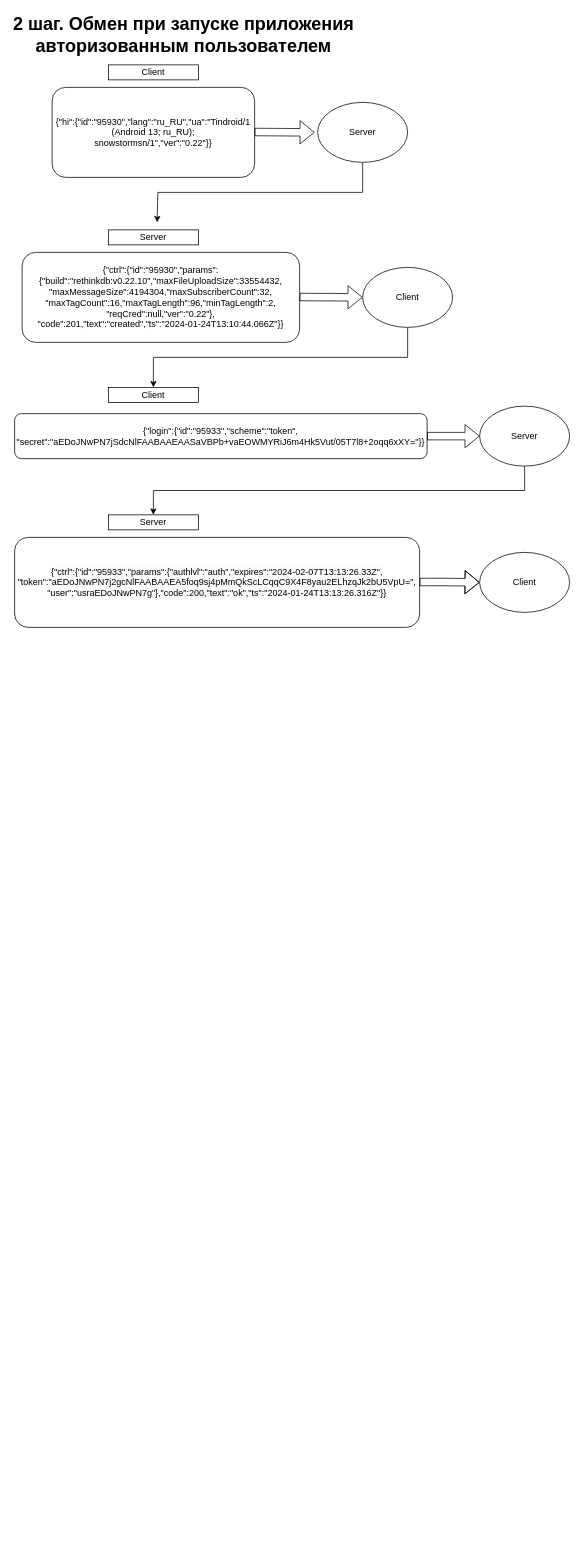
Above: Диаграмма без названия.drawio in trox0ne/diograms (draw.io), before the change. Source tidied: cells renumbered, new cells numbered last; positions are measured from the earlier drawing's top-left corner, leaving out a move shared by most shapes. Both pictures are drawn from the tidied source at 75%, with x=0, y=0 at pixel (14, 20).
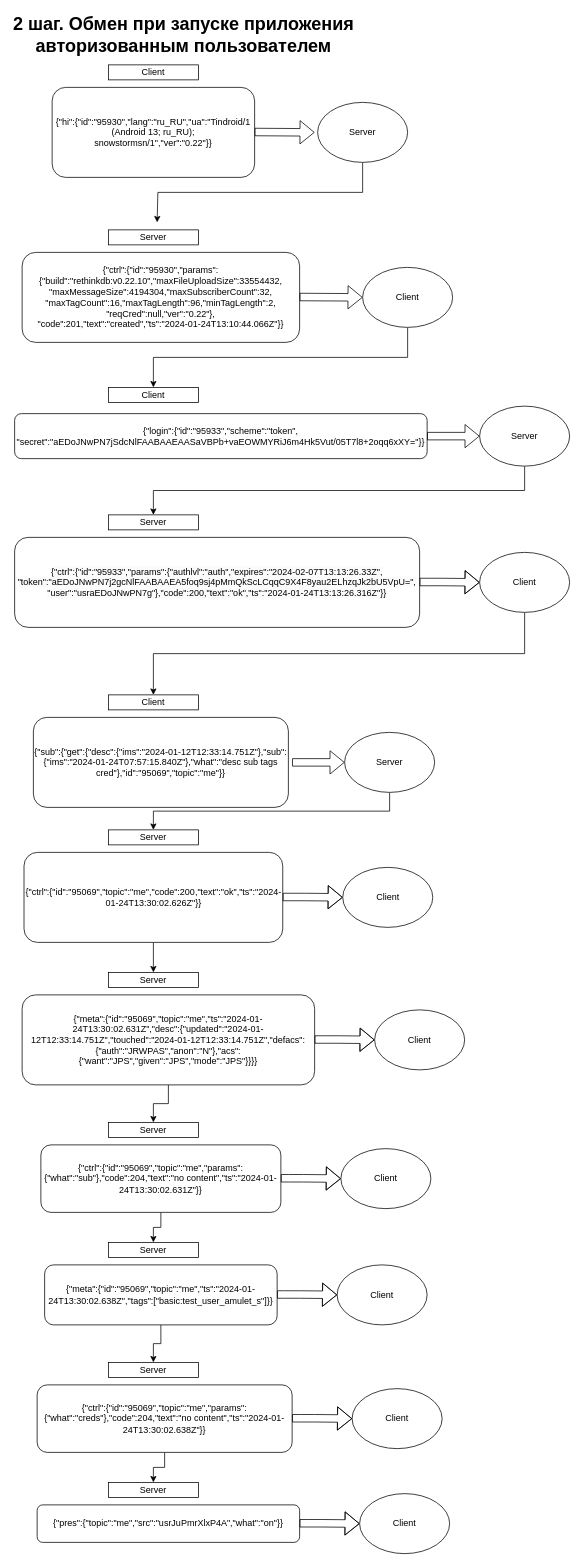
The same diagram, later.

Commit message:
Актуализировал диаграмму входа авторизованного пользователя

Unchanged cells that the change refers to:
```xml
<mxCell id="22" value="Client" style="ellipse;whiteSpace=wrap;html=1;" parent="1" vertex="1">
  <mxGeometry x="620" y="710" width="120" height="80" as="geometry" />
</mxCell>
```

The edit, as a diff of the source:
```diff
@@
+    <mxCell id="23" style="edgeStyle=orthogonalEdgeStyle;rounded=0;jettySize=auto;html=1;exitX=0.5;exitY=1;exitDx=0;exitDy=0;entryX=0.5;entryY=0;entryDx=0;entryDy=0;" parent="1" edge="1" source="22" target="36">
+      <mxGeometry relative="1" as="geometry" />
+    </mxCell>
@@
+    <mxCell id="24" value="{&quot;sub&quot;:{&quot;get&quot;:{&quot;desc&quot;:{&quot;ims&quot;:&quot;2024-01-12T12:33:14.751Z&quot;},&quot;sub&quot;:{&quot;ims&quot;:&quot;2024-01-24T07:57:15.840Z&quot;},&quot;what&quot;:&quot;desc sub tags cred&quot;},&quot;id&quot;:&quot;95069&quot;,&quot;topic&quot;:&quot;me&quot;}}" style="rounded=1;whiteSpace=wrap;html=1;" parent="1" vertex="1">
+      <mxGeometry x="25" y="930" width="340" height="120" as="geometry" />
+    </mxCell>
+    <mxCell id="25" style="edgeStyle=orthogonalEdgeStyle;rounded=0;jettySize=auto;html=1;exitX=0.5;exitY=1;exitDx=0;exitDy=0;entryX=0.5;entryY=0;entryDx=0;entryDy=0;" parent="1" edge="1" source="26" target="41">
+      <mxGeometry relative="1" as="geometry" />
+    </mxCell>
+    <mxCell id="26" value="{&quot;ctrl&quot;:{&quot;id&quot;:&quot;95069&quot;,&quot;topic&quot;:&quot;me&quot;,&quot;code&quot;:200,&quot;text&quot;:&quot;ok&quot;,&quot;ts&quot;:&quot;2024-01-24T13:30:02.626Z&quot;}}" style="rounded=1;whiteSpace=wrap;html=1;" parent="1" vertex="1">
+      <mxGeometry x="12.5" y="1110" width="345" height="120" as="geometry" />
+    </mxCell>
+    <mxCell id="27" style="edgeStyle=orthogonalEdgeStyle;rounded=0;jettySize=auto;html=1;exitX=0.5;exitY=1;exitDx=0;exitDy=0;entryX=0.5;entryY=0;entryDx=0;entryDy=0;" parent="1" edge="1" source="28" target="42">
+      <mxGeometry relative="1" as="geometry" />
+    </mxCell>
+    <mxCell id="28" value="{&quot;meta&quot;:{&quot;id&quot;:&quot;95069&quot;,&quot;topic&quot;:&quot;me&quot;,&quot;ts&quot;:&quot;2024-01-24T13:30:02.631Z&quot;,&quot;desc&quot;:{&quot;updated&quot;:&quot;2024-01-12T12:33:14.751Z&quot;,&quot;touched&quot;:&quot;2024-01-12T12:33:14.751Z&quot;,&quot;defacs&quot;:{&quot;auth&quot;:&quot;JRWPAS&quot;,&quot;anon&quot;:&quot;N&quot;},&quot;acs&quot;:{&quot;want&quot;:&quot;JPS&quot;,&quot;given&quot;:&quot;JPS&quot;,&quot;mode&quot;:&quot;JPS&quot;}}}}" style="rounded=1;whiteSpace=wrap;html=1;" parent="1" vertex="1">
+      <mxGeometry x="10" y="1300" width="390" height="120" as="geometry" />
+    </mxCell>
+    <mxCell id="29" style="edgeStyle=orthogonalEdgeStyle;rounded=0;jettySize=auto;html=1;exitX=0.5;exitY=1;exitDx=0;exitDy=0;entryX=0.5;entryY=0;entryDx=0;entryDy=0;" parent="1" edge="1" source="30" target="43">
+      <mxGeometry relative="1" as="geometry" />
+    </mxCell>
+    <mxCell id="30" value="{&quot;ctrl&quot;:{&quot;id&quot;:&quot;95069&quot;,&quot;topic&quot;:&quot;me&quot;,&quot;params&quot;:{&quot;what&quot;:&quot;sub&quot;},&quot;code&quot;:204,&quot;text&quot;:&quot;no content&quot;,&quot;ts&quot;:&quot;2024-01-24T13:30:02.631Z&quot;}}" style="rounded=1;whiteSpace=wrap;html=1;" parent="1" vertex="1">
+      <mxGeometry x="35" y="1500" width="320" height="90" as="geometry" />
+    </mxCell>
+    <mxCell id="31" style="edgeStyle=orthogonalEdgeStyle;rounded=0;jettySize=auto;html=1;exitX=0.5;exitY=1;exitDx=0;exitDy=0;entryX=0.5;entryY=0;entryDx=0;entryDy=0;" parent="1" edge="1" source="32" target="44">
+      <mxGeometry relative="1" as="geometry" />
+    </mxCell>
+    <mxCell id="32" value="{&quot;meta&quot;:{&quot;id&quot;:&quot;95069&quot;,&quot;topic&quot;:&quot;me&quot;,&quot;ts&quot;:&quot;2024-01-24T13:30:02.638Z&quot;,&quot;tags&quot;:[&quot;basic:test_user_amulet_s&quot;]}}" style="rounded=1;whiteSpace=wrap;html=1;" parent="1" vertex="1">
+      <mxGeometry x="40" y="1660" width="310" height="80" as="geometry" />
+    </mxCell>
+    <mxCell id="33" style="edgeStyle=orthogonalEdgeStyle;rounded=0;jettySize=auto;html=1;exitX=0.5;exitY=1;exitDx=0;exitDy=0;entryX=0.5;entryY=0;entryDx=0;entryDy=0;" parent="1" edge="1" source="34" target="45">
+      <mxGeometry relative="1" as="geometry" />
+    </mxCell>
+    <mxCell id="34" value="{&quot;ctrl&quot;:{&quot;id&quot;:&quot;95069&quot;,&quot;topic&quot;:&quot;me&quot;,&quot;params&quot;:{&quot;what&quot;:&quot;creds&quot;},&quot;code&quot;:204,&quot;text&quot;:&quot;no content&quot;,&quot;ts&quot;:&quot;2024-01-24T13:30:02.638Z&quot;}}" style="rounded=1;whiteSpace=wrap;html=1;" parent="1" vertex="1">
+      <mxGeometry x="30" y="1820" width="340" height="90" as="geometry" />
+    </mxCell>
+    <mxCell id="35" value="{&quot;pres&quot;:{&quot;topic&quot;:&quot;me&quot;,&quot;src&quot;:&quot;usrJuPmrXlxP4A&quot;,&quot;what&quot;:&quot;on&quot;}}" style="rounded=1;whiteSpace=wrap;html=1;" parent="1" vertex="1">
+      <mxGeometry x="30" y="1980" width="350" height="50" as="geometry" />
+    </mxCell>
+    <mxCell id="36" value="Client" style="rounded=0;whiteSpace=wrap;html=1;" parent="1" vertex="1">
+      <mxGeometry x="125" y="900" width="120" height="20" as="geometry" />
+    </mxCell>
+    <mxCell id="37" style="edgeStyle=orthogonalEdgeStyle;rounded=0;jettySize=auto;html=1;exitX=0.5;exitY=1;exitDx=0;exitDy=0;entryX=0.5;entryY=0;entryDx=0;entryDy=0;" parent="1" edge="1" source="38" target="40">
+      <mxGeometry relative="1" as="geometry" />
+    </mxCell>
+    <mxCell id="38" value="Server" style="ellipse;whiteSpace=wrap;html=1;" parent="1" vertex="1">
+      <mxGeometry x="440" y="950" width="120" height="80" as="geometry" />
+    </mxCell>
+    <mxCell id="39" style="shape=flexArrow;endArrow=classic;html=1;rounded=0;" parent="1" edge="1">
+      <mxGeometry relative="1" as="geometry">
+        <mxPoint x="370" y="990" as="sourcePoint" />
+        <mxPoint x="440" y="990" as="targetPoint" />
+      </mxGeometry>
+    </mxCell>
+    <mxCell id="40" value="Server" style="rounded=0;whiteSpace=wrap;html=1;" parent="1" vertex="1">
+      <mxGeometry x="125" y="1080" width="120" height="20" as="geometry" />
+    </mxCell>
+    <mxCell id="41" value="Server" style="rounded=0;whiteSpace=wrap;html=1;" parent="1" vertex="1">
+      <mxGeometry x="125" y="1270" width="120" height="20" as="geometry" />
+    </mxCell>
+    <mxCell id="42" value="Server" style="rounded=0;whiteSpace=wrap;html=1;" parent="1" vertex="1">
+      <mxGeometry x="125" y="1470" width="120" height="20" as="geometry" />
+    </mxCell>
+    <mxCell id="43" value="Server" style="rounded=0;whiteSpace=wrap;html=1;" parent="1" vertex="1">
+      <mxGeometry x="125" y="1630" width="120" height="20" as="geometry" />
+    </mxCell>
+    <mxCell id="44" value="Server" style="rounded=0;whiteSpace=wrap;html=1;" parent="1" vertex="1">
+      <mxGeometry x="125" y="1790" width="120" height="20" as="geometry" />
+    </mxCell>
+    <mxCell id="45" value="Server" style="rounded=0;whiteSpace=wrap;html=1;" parent="1" vertex="1">
+      <mxGeometry x="125" y="1950" width="120" height="20" as="geometry" />
+    </mxCell>
+    <mxCell id="46" style="shape=flexArrow;endArrow=classic;html=1;rounded=0;" parent="1" edge="1">
+      <mxGeometry relative="1" as="geometry">
+        <mxPoint x="357.5" y="1169.5" as="sourcePoint" />
+        <mxPoint x="437.5" y="1170" as="targetPoint" />
+        <Array as="points">
+          <mxPoint x="367.5" y="1169.5" />
+          <mxPoint x="387.5" y="1169.5" />
+        </Array>
+      </mxGeometry>
+    </mxCell>
+    <mxCell id="47" value="Client" style="ellipse;whiteSpace=wrap;html=1;" parent="1" vertex="1">
+      <mxGeometry x="437.5" y="1130" width="120" height="80" as="geometry" />
+    </mxCell>
+    <mxCell id="48" style="shape=flexArrow;endArrow=classic;html=1;rounded=0;" parent="1" edge="1">
+      <mxGeometry relative="1" as="geometry">
+        <mxPoint x="400" y="1359.5" as="sourcePoint" />
+        <mxPoint x="480" y="1360" as="targetPoint" />
+        <Array as="points">
+          <mxPoint x="410" y="1359.5" />
+          <mxPoint x="430" y="1359.5" />
+        </Array>
+      </mxGeometry>
+    </mxCell>
+    <mxCell id="49" value="Client" style="ellipse;whiteSpace=wrap;html=1;" parent="1" vertex="1">
+      <mxGeometry x="480" y="1320" width="120" height="80" as="geometry" />
+    </mxCell>
+    <mxCell id="50" style="shape=flexArrow;endArrow=classic;html=1;rounded=0;" parent="1" edge="1">
+      <mxGeometry relative="1" as="geometry">
+        <mxPoint x="355" y="1544.5" as="sourcePoint" />
+        <mxPoint x="435" y="1545" as="targetPoint" />
+        <Array as="points">
+          <mxPoint x="365" y="1544.5" />
+          <mxPoint x="385" y="1544.5" />
+        </Array>
+      </mxGeometry>
+    </mxCell>
+    <mxCell id="51" value="Client" style="ellipse;whiteSpace=wrap;html=1;" parent="1" vertex="1">
+      <mxGeometry x="435" y="1505" width="120" height="80" as="geometry" />
+    </mxCell>
+    <mxCell id="52" style="shape=flexArrow;endArrow=classic;html=1;rounded=0;" parent="1" edge="1">
+      <mxGeometry relative="1" as="geometry">
+        <mxPoint x="350" y="1699.5" as="sourcePoint" />
+        <mxPoint x="430" y="1700" as="targetPoint" />
+        <Array as="points">
+          <mxPoint x="360" y="1699.5" />
+          <mxPoint x="380" y="1699.5" />
+        </Array>
+      </mxGeometry>
+    </mxCell>
+    <mxCell id="53" value="Client" style="ellipse;whiteSpace=wrap;html=1;" parent="1" vertex="1">
+      <mxGeometry x="430" y="1660" width="120" height="80" as="geometry" />
+    </mxCell>
+    <mxCell id="54" style="shape=flexArrow;endArrow=classic;html=1;rounded=0;" parent="1" edge="1">
+      <mxGeometry relative="1" as="geometry">
+        <mxPoint x="370" y="1864.5" as="sourcePoint" />
+        <mxPoint x="450" y="1865" as="targetPoint" />
+        <Array as="points">
+          <mxPoint x="380" y="1864.5" />
+          <mxPoint x="400" y="1864.5" />
+        </Array>
+      </mxGeometry>
+    </mxCell>
+    <mxCell id="55" value="Client" style="ellipse;whiteSpace=wrap;html=1;" parent="1" vertex="1">
+      <mxGeometry x="450" y="1825" width="120" height="80" as="geometry" />
+    </mxCell>
+    <mxCell id="56" style="shape=flexArrow;endArrow=classic;html=1;rounded=0;" parent="1" edge="1">
+      <mxGeometry relative="1" as="geometry">
+        <mxPoint x="380" y="2004.5" as="sourcePoint" />
+        <mxPoint x="460" y="2005" as="targetPoint" />
+        <Array as="points">
+          <mxPoint x="390" y="2004.5" />
+          <mxPoint x="410" y="2004.5" />
+        </Array>
+      </mxGeometry>
+    </mxCell>
+    <mxCell id="57" value="Client" style="ellipse;whiteSpace=wrap;html=1;" parent="1" vertex="1">
+      <mxGeometry x="460" y="1965" width="120" height="80" as="geometry" />
+    </mxCell>
```
